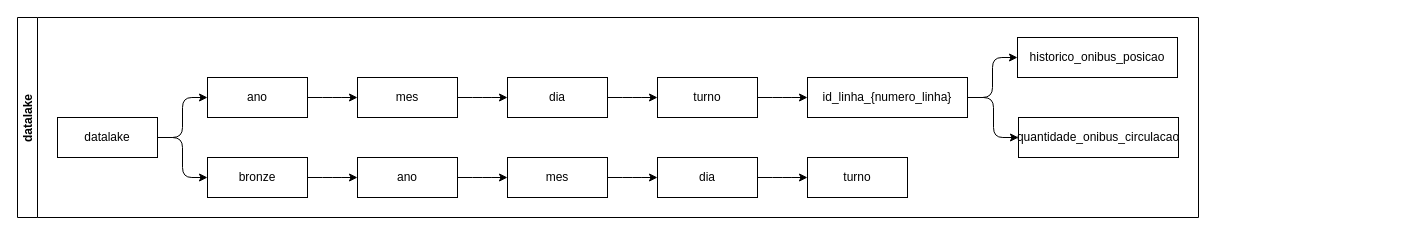
The draw.io diagram docs/proposta_datalake.drawio in rodrigorocha1/monitoramento_sptrans, before the edit. Source tidied: cells renumbered, new cells numbered last; positions are measured from the earlier drawing's top-left corner, leaving out a move shared by most shapes. Both pictures are drawn from the tidied source at 100%, with x=0, y=0 at pixel (17, 17).
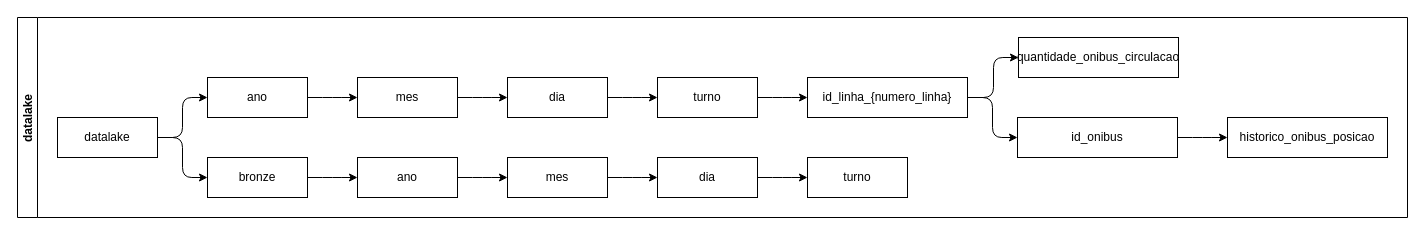
The same diagram, later.

Commit message (it also covers changes not shown here):
inclusao_id_onibus

Unchanged cells that the change refers to:
```xml
<mxCell id="23" value="id_linha_{numero_linha}" style="whiteSpace=wrap;html=1;" parent="2" vertex="1">
  <mxGeometry x="790" y="60" width="160" height="40" as="geometry" />
</mxCell>
```

The edit, as a diff of the source:
```diff
@@
     <mxCell id="2" value="datalake" style="swimlane;startSize=20;horizontal=0;horizontalTree=1;containerType=tree;fontSize=12;" parent="1" vertex="1">
-      <mxGeometry width="1181" height="200" as="geometry" />
+      <mxGeometry width="1390" height="200" as="geometry" />
     </mxCell>
@@
-    <mxCell id="24" style="edgeStyle=elbowEdgeStyle;elbow=horizontal;html=1;rounded=1;curved=0;sourcePerimeterSpacing=0;targetPerimeterSpacing=0;startSize=6;endSize=6;" parent="2" edge="1" source="23" target="25">
+    <mxCell id="24" style="edgeStyle=elbowEdgeStyle;elbow=horizontal;html=1;rounded=1;curved=0;sourcePerimeterSpacing=0;targetPerimeterSpacing=0;startSize=6;endSize=6;" parent="2" edge="1" source="23" target="29">
       <mxGeometry relative="1" as="geometry" />
     </mxCell>
-    <mxCell id="25" value="historico_onibus_posicao" style="whiteSpace=wrap;html=1;" parent="2" vertex="1">
-      <mxGeometry x="1000" y="20" width="160" height="40" as="geometry" />
-    </mxCell>
@@
     <mxCell id="27" value="quantidade_onibus_circulacao" style="whiteSpace=wrap;html=1;" parent="2" vertex="1">
-      <mxGeometry x="1001" y="100" width="160" height="40" as="geometry" />
+      <mxGeometry x="1001" y="20" width="160" height="40" as="geometry" />
     </mxCell>
+    <mxCell id="28" style="edgeStyle=elbowEdgeStyle;elbow=horizontal;html=1;rounded=1;curved=0;sourcePerimeterSpacing=0;targetPerimeterSpacing=0;startSize=6;endSize=6;" parent="2" edge="1" source="29" target="25">
+      <mxGeometry relative="1" as="geometry" />
+    </mxCell>
+    <mxCell id="29" value="id_onibus" style="whiteSpace=wrap;html=1;" parent="2" vertex="1">
+      <mxGeometry x="1000" y="100" width="160" height="40" as="geometry" />
+    </mxCell>
+    <mxCell id="25" value="historico_onibus_posicao" style="whiteSpace=wrap;html=1;" parent="2" vertex="1">
+      <mxGeometry x="1210" y="100" width="160" height="40" as="geometry" />
+    </mxCell>
```
